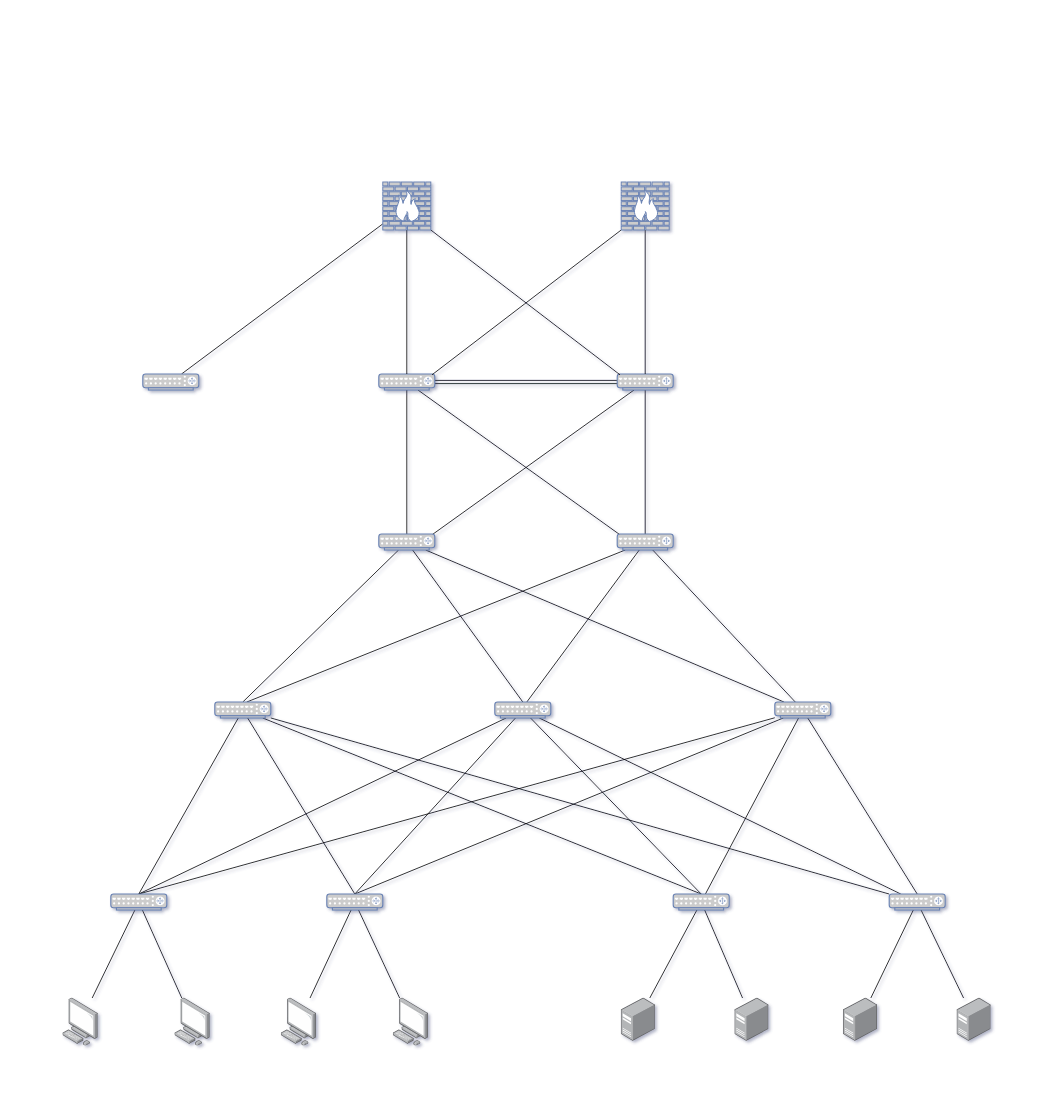
This is Diagramme sans nom.drawio from a0six/projetb3, a draw.io file, before an edit. Source tidied: cells renumbered, new cells numbered last; positions are measured from the earlier drawing's top-left corner, leaving out a move shared by most shapes. Both pictures are drawn from the tidied source at 80%, with x=0, y=0 at pixel (62, 182).
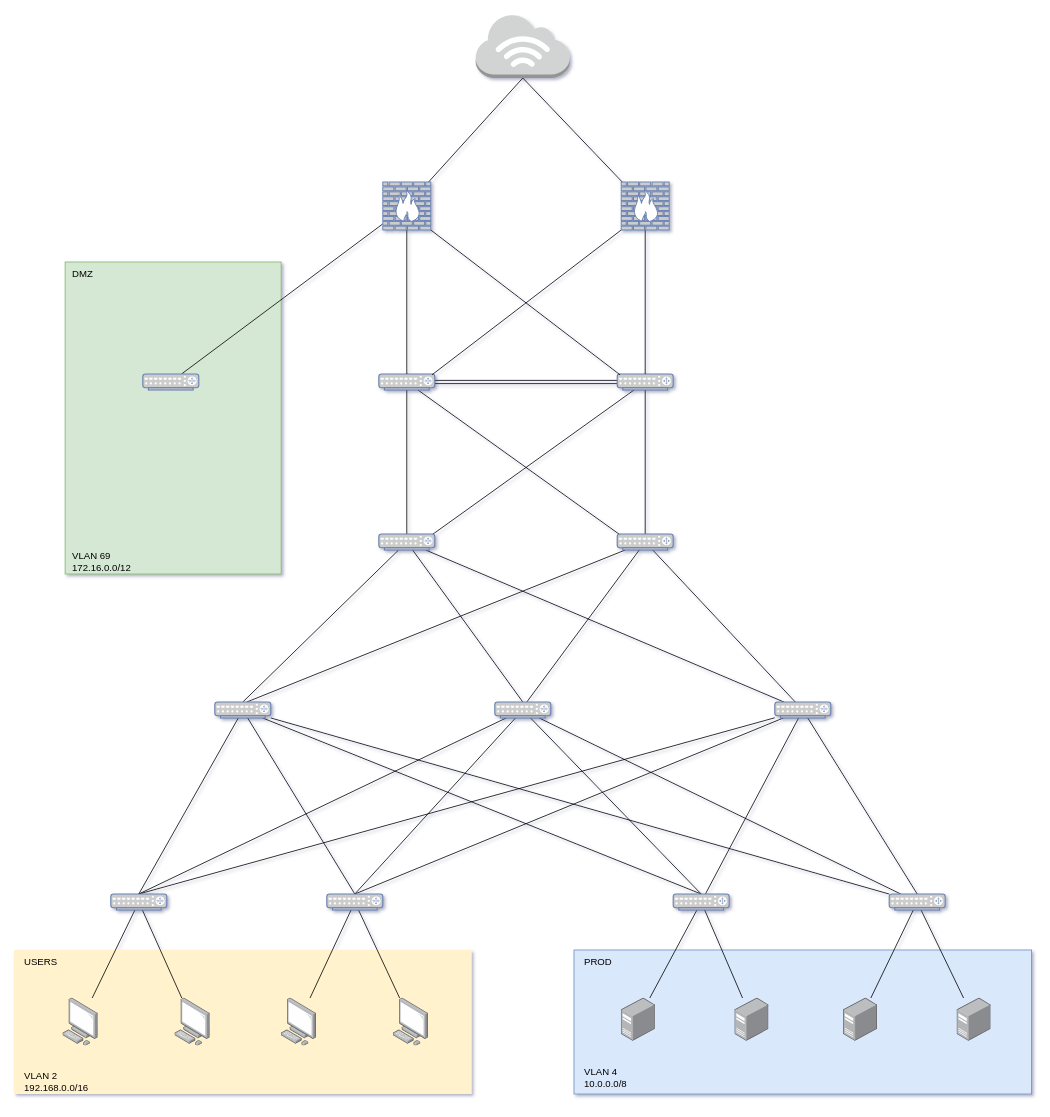
The same page after the edit.

The change refers to these unchanged cells:
```xml
<mxCell id="12" style="fontColor=#0066CC;verticalAlign=top;verticalLabelPosition=bottom;labelPosition=center;align=center;html=1;outlineConnect=0;fillColor=#CCCCCC;strokeColor=#6881B3;gradientColor=none;gradientDirection=north;strokeWidth=2;shape=mxgraph.networks.firewall;" parent="1" vertex="1">
  <mxGeometry x="400" width="60" height="60" as="geometry" />
</mxCell>
<mxCell id="15" style="fontColor=#0066CC;verticalAlign=top;verticalLabelPosition=bottom;labelPosition=center;align=center;html=1;outlineConnect=0;fillColor=#CCCCCC;strokeColor=#6881B3;gradientColor=none;gradientDirection=north;strokeWidth=2;shape=mxgraph.networks.firewall;" parent="1" vertex="1">
  <mxGeometry x="698" width="60" height="60" as="geometry" />
</mxCell>
```

Diff of the diagram source:
```diff
@@
+    <mxCell id="60" style="rounded=0;whiteSpace=wrap;html=1;fillColor=#d5e8d4;strokeColor=#82b366;" parent="1" vertex="1">
+      <mxGeometry x="2.9" y="100" width="270" height="390" as="geometry" />
+    </mxCell>
+    <mxCell id="61" style="rounded=0;whiteSpace=wrap;html=1;fillColor=#dae8fc;strokeColor=#6c8ebf;" parent="1" vertex="1">
+      <mxGeometry x="639" y="960" width="572" height="180" as="geometry" />
+    </mxCell>
+    <mxCell id="62" style="rounded=0;whiteSpace=wrap;html=1;fillColor=#fff2cc;strokeColor=none;" parent="1" vertex="1">
+      <mxGeometry x="-61" y="960" width="572" height="180" as="geometry" />
+    </mxCell>
@@
+    <mxCell id="63" style="rounded=0;jettySize=auto;html=1;entryX=0.5;entryY=1;entryDx=0;entryDy=0;entryPerimeter=0;endArrow=none;endFill=0;" parent="1" edge="1" source="12" target="65">
+      <mxGeometry relative="1" as="geometry" />
+    </mxCell>
@@
+    <mxCell id="64" style="rounded=0;jettySize=auto;html=1;endArrow=none;endFill=0;entryX=0.5;entryY=1;entryDx=0;entryDy=0;entryPerimeter=0;" parent="1" edge="1" source="15" target="65">
+      <mxGeometry relative="1" as="geometry" />
+    </mxCell>
@@
+    <mxCell id="65" style="outlineConnect=0;dashed=0;verticalLabelPosition=bottom;verticalAlign=top;align=center;html=1;shape=mxgraph.aws3.internet_3;fillColor=#D2D3D3;gradientColor=none;" parent="1" vertex="1">
+      <mxGeometry x="516.1" y="-210" width="117.8" height="80" as="geometry" />
+    </mxCell>
+    <mxCell id="66" value="USERS" style="text;html=1;align=left;verticalAlign=middle;strokeColor=none;fillColor=none;" parent="1" vertex="1">
+      <mxGeometry x="-50" y="960" width="60" height="30" as="geometry" />
+    </mxCell>
+    <mxCell id="67" value="VLAN 2&lt;br&gt;192.168.0.0/16" style="text;html=1;align=left;verticalAlign=middle;strokeColor=none;fillColor=none;" parent="1" vertex="1">
+      <mxGeometry x="-50" y="1105" width="100" height="40" as="geometry" />
+    </mxCell>
+    <mxCell id="68" value="PROD" style="text;html=1;align=left;verticalAlign=middle;strokeColor=none;fillColor=none;" parent="1" vertex="1">
+      <mxGeometry x="650" y="960" width="60" height="30" as="geometry" />
+    </mxCell>
+    <mxCell id="69" value="VLAN 4&lt;br&gt;10.0.0.0/8" style="text;html=1;align=left;verticalAlign=middle;strokeColor=none;fillColor=none;" parent="1" vertex="1">
+      <mxGeometry x="650" y="1100" width="80" height="40" as="geometry" />
+    </mxCell>
+    <mxCell id="70" value="DMZ" style="text;html=1;align=left;verticalAlign=middle;strokeColor=none;fillColor=none;" parent="1" vertex="1">
+      <mxGeometry x="10" y="100" width="50" height="30" as="geometry" />
+    </mxCell>
+    <mxCell id="71" value="VLAN 69&lt;br&gt;172.16.0.0/12" style="text;html=1;align=left;verticalAlign=middle;strokeColor=none;fillColor=none;" parent="1" vertex="1">
+      <mxGeometry x="10" y="455" width="100" height="40" as="geometry" />
+    </mxCell>
```
